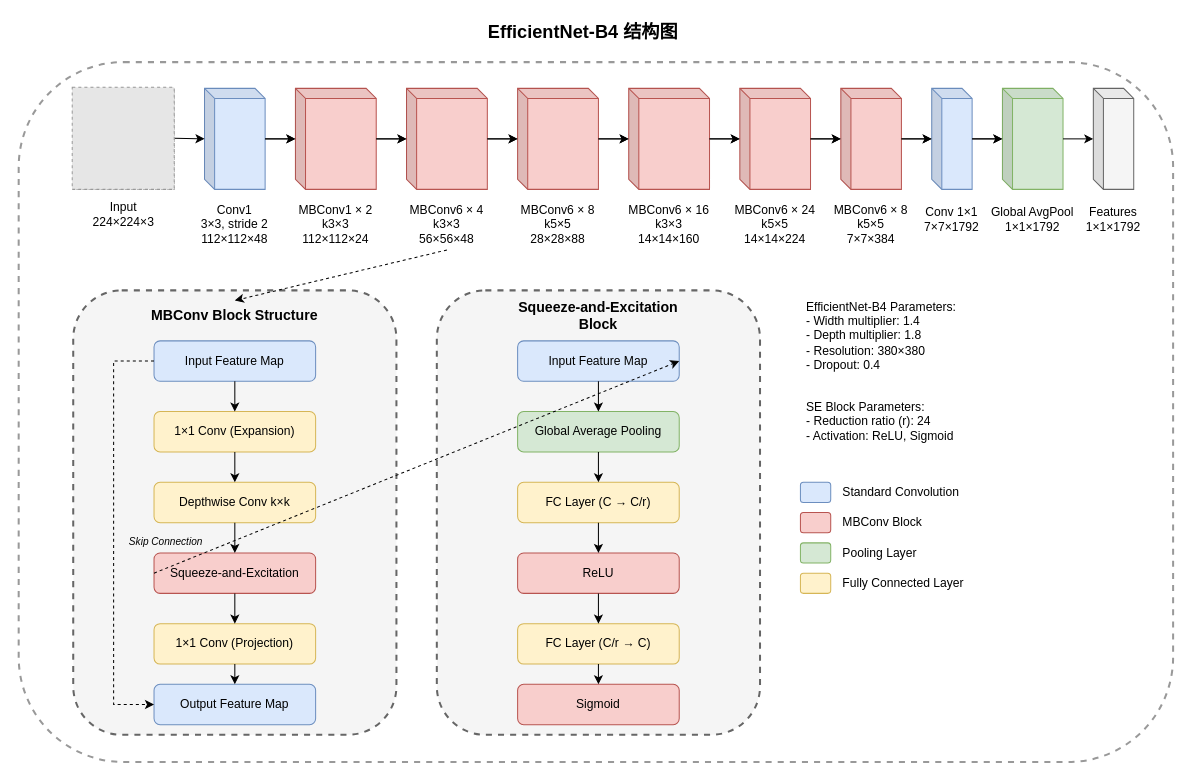
11Rukawa7/- keeps this draw.io diagram as EfficientNet-B4.drawio. Above is the earlier version. Source tidied: cells renumbered, new cells numbered last; positions are measured from the earlier drawing's top-left corner, leaving out a move shared by most shapes. Both pictures are drawn from the tidied source at 101%, with x=0, y=0 at pixel (18, 17). Pictures stored in the file or linked from it are replaced by grey dashed boxes.
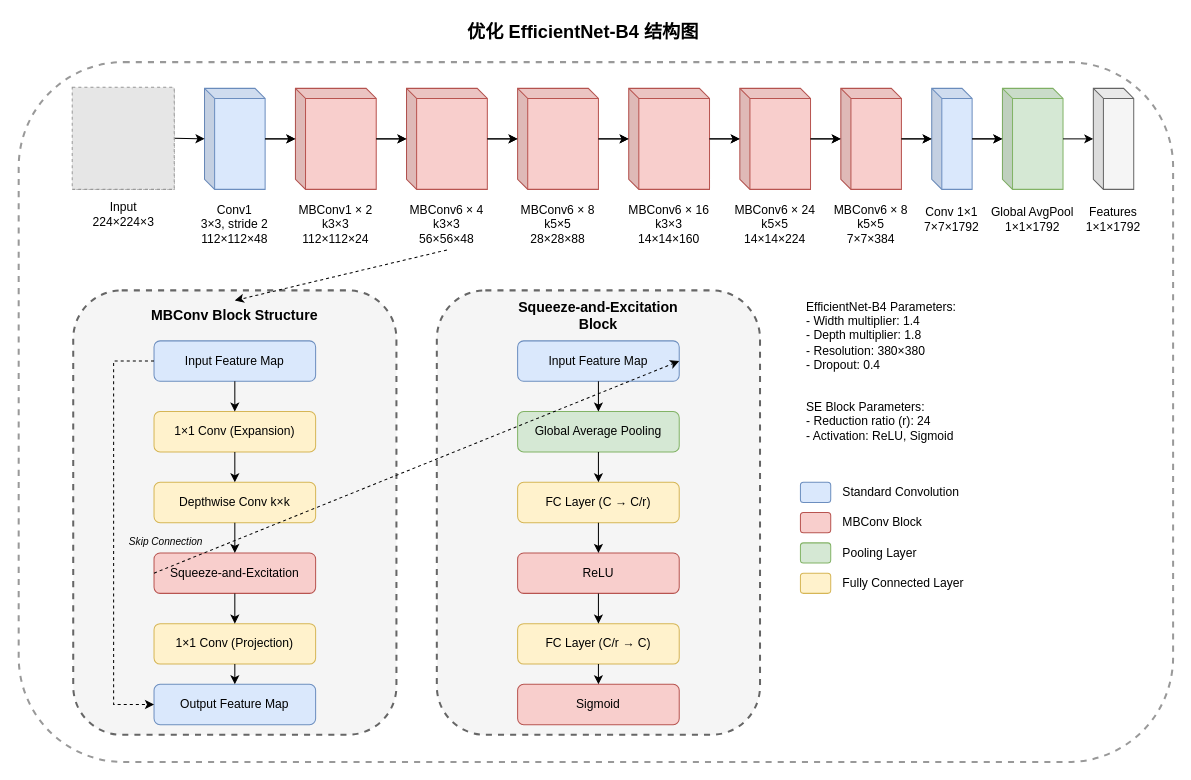
After the change.

Change to the diagram source:
```diff
@@
-    <mxCell id="2" value="EfficientNet-B4 结构图" style="text;html=1;strokeColor=none;fillColor=none;align=center;verticalAlign=middle;whiteSpace=wrap;rounded=0;fontSize=18;fontStyle=1;" parent="1" vertex="1">
+    <mxCell id="2" value="优化 EfficientNet-B4 结构图" style="text;html=1;strokeColor=none;fillColor=none;align=center;verticalAlign=middle;whiteSpace=wrap;rounded=0;fontSize=18;fontStyle=1;" parent="1" vertex="1">
       <mxGeometry x="374" width="370" height="30" as="geometry" />
     </mxCell>
```
